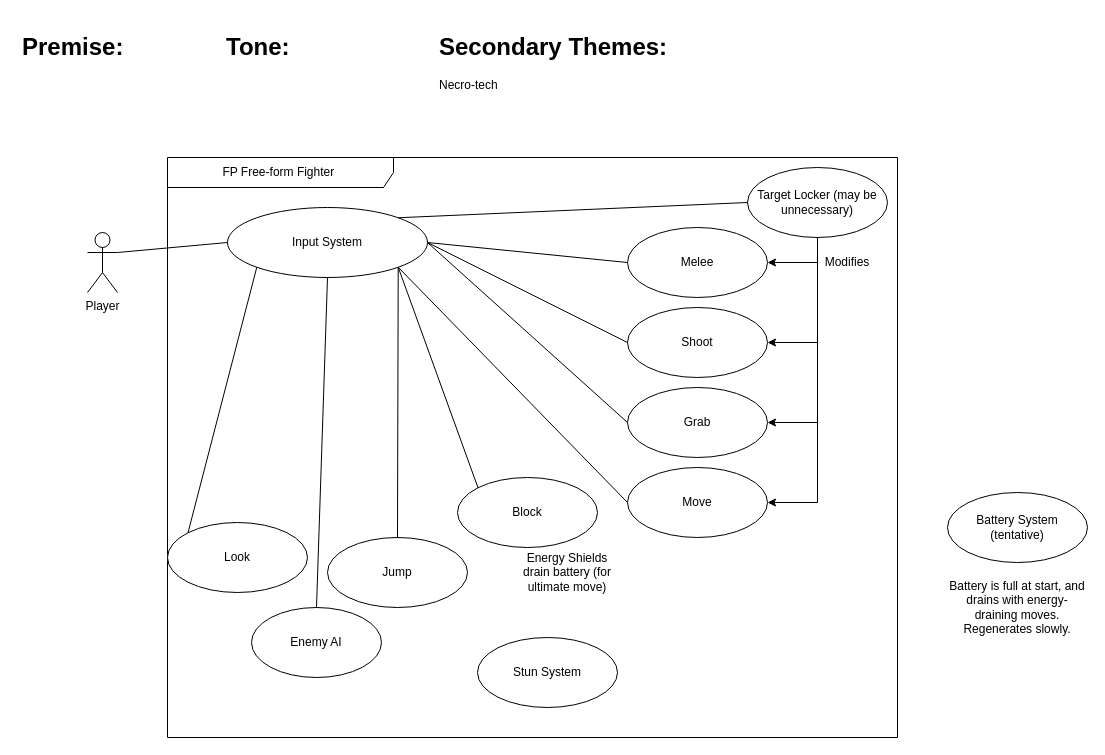
Earlier version of the draw.io diagram page "High-Level" (1 of 11) of Diagrams/Mechanics Overview.drawio (NotTom31/MechroKnights). Source tidied: cells renumbered, new cells numbered last; positions are measured from the earlier drawing's top-left corner, leaving out a move shared by most shapes. Both pictures are drawn from the tidied source at 100%, with x=0, y=0 at pixel (17, 27).
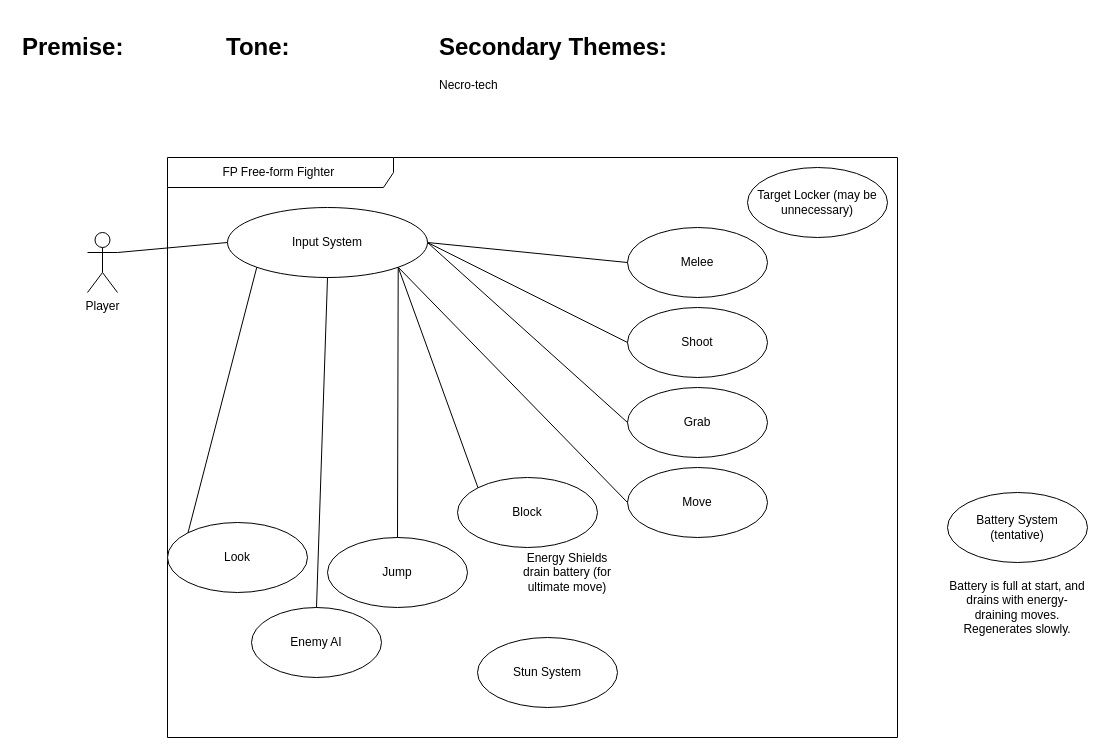
The same page after the edit.

Commit message (it also covers changes not shown here):
Mechanics Pass 5

The change refers to these unchanged cells:
```xml
<mxCell id="4" value="Melee" style="ellipse;whiteSpace=wrap;html=1;" parent="1" vertex="1">
  <mxGeometry x="610" y="200" width="140" height="70" as="geometry" />
</mxCell>
<mxCell id="5" value="Shoot" style="ellipse;whiteSpace=wrap;html=1;" parent="1" vertex="1">
  <mxGeometry x="610" y="280" width="140" height="70" as="geometry" />
</mxCell>
<mxCell id="6" value="Grab" style="ellipse;whiteSpace=wrap;html=1;" parent="1" vertex="1">
  <mxGeometry x="610" y="360" width="140" height="70" as="geometry" />
</mxCell>
<mxCell id="8" value="Move" style="ellipse;whiteSpace=wrap;html=1;" parent="1" vertex="1">
  <mxGeometry x="610" y="440" width="140" height="70" as="geometry" />
</mxCell>
<mxCell id="17" value="Input System" style="ellipse;whiteSpace=wrap;html=1;" parent="1" vertex="1">
  <mxGeometry x="210" y="180" width="200" height="70" as="geometry" />
</mxCell>
<mxCell id="19" value="Target Locker (may be unnecessary)" style="ellipse;whiteSpace=wrap;html=1;" parent="1" vertex="1">
  <mxGeometry x="730" y="140" width="140" height="70" as="geometry" />
</mxCell>
```

What changed in the source:
```diff
@@
-    <mxCell id="18" style="edgeStyle=orthogonalEdgeStyle;rounded=0;jettySize=auto;html=1;exitX=0.5;exitY=1;exitDx=0;exitDy=0;entryX=1;entryY=0.5;entryDx=0;entryDy=0;elbow=vertical;" parent="1" edge="1" source="19" target="4">
-      <mxGeometry relative="1" as="geometry" />
-    </mxCell>
@@
-    <mxCell id="20" style="rounded=0;jettySize=auto;html=1;entryX=0;entryY=0.5;entryDx=0;entryDy=0;endArrow=none;endFill=0;exitX=1;exitY=0;exitDx=0;exitDy=0;" parent="1" edge="1" source="17" target="19">
-      <mxGeometry relative="1" as="geometry" />
-    </mxCell>
-    <mxCell id="21" style="edgeStyle=orthogonalEdgeStyle;rounded=0;jettySize=auto;html=1;exitX=0.5;exitY=1;exitDx=0;exitDy=0;entryX=1;entryY=0.5;entryDx=0;entryDy=0;elbow=vertical;" parent="1" edge="1" source="19" target="5">
-      <mxGeometry relative="1" as="geometry" />
-    </mxCell>
-    <mxCell id="22" style="edgeStyle=orthogonalEdgeStyle;rounded=0;jettySize=auto;html=1;exitX=0.5;exitY=1;exitDx=0;exitDy=0;entryX=1;entryY=0.5;entryDx=0;entryDy=0;elbow=vertical;" parent="1" edge="1" source="19" target="6">
-      <mxGeometry relative="1" as="geometry" />
-    </mxCell>
-    <mxCell id="23" style="edgeStyle=orthogonalEdgeStyle;rounded=0;jettySize=auto;html=1;exitX=0.5;exitY=1;exitDx=0;exitDy=0;entryX=1;entryY=0.5;entryDx=0;entryDy=0;elbow=vertical;" parent="1" edge="1" source="19" target="8">
-      <mxGeometry relative="1" as="geometry" />
-    </mxCell>
-    <mxCell id="24" value="Modifies" style="text;html=1;strokeColor=none;fillColor=none;align=center;verticalAlign=middle;whiteSpace=wrap;rounded=0;" parent="1" vertex="1">
-      <mxGeometry x="800" y="220" width="60" height="30" as="geometry" />
-    </mxCell>
```
